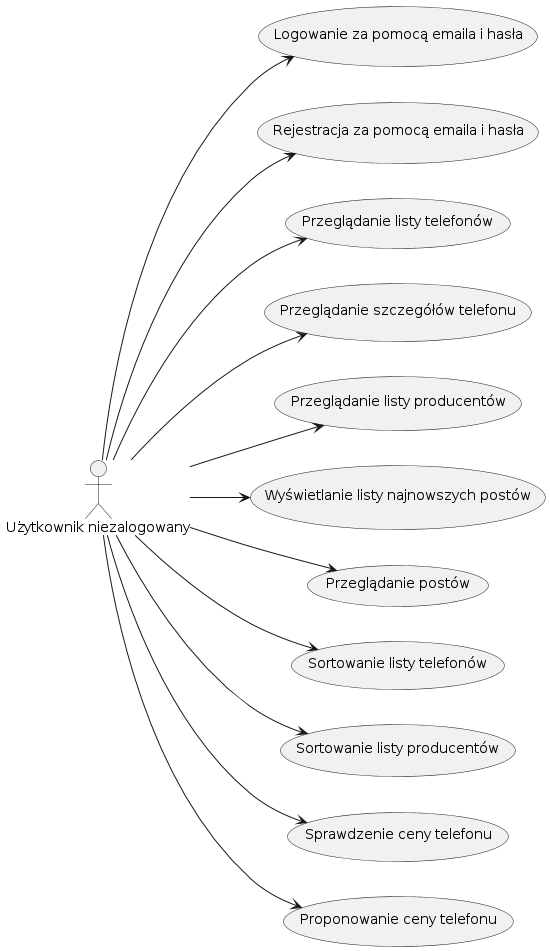
Before: img/diagrams/useCaseDiagram.png, a diagram exported from PlantUML (amelinium23/bachelor-thesis).
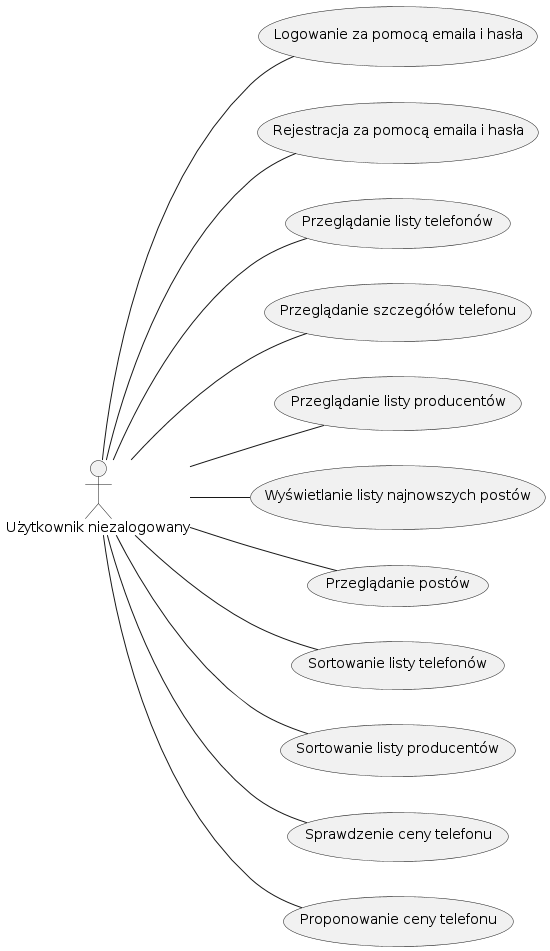
The same diagram one commit later.

Diff of the diagram source:
```diff
@@ -16,16 +16,16 @@
 usecase "Sprawdzenie ceny telefonu" as UC13
 usecase "Proponowanie ceny telefonu" as UC14
 
-User --> UC1
-User --> UC2
-User --> UC3
-User --> UC4
-User --> UC5
-User --> UC6
-User --> UC8
-User --> UC11
-User --> UC12
-User --> UC13
-User --> UC14
+User -- UC1
+User -- UC2
+User -- UC3
+User -- UC4
+User -- UC5
+User -- UC6
+User -- UC8
+User -- UC11
+User -- UC12
+User -- UC13
+User -- UC14
 
 @enduml
```
